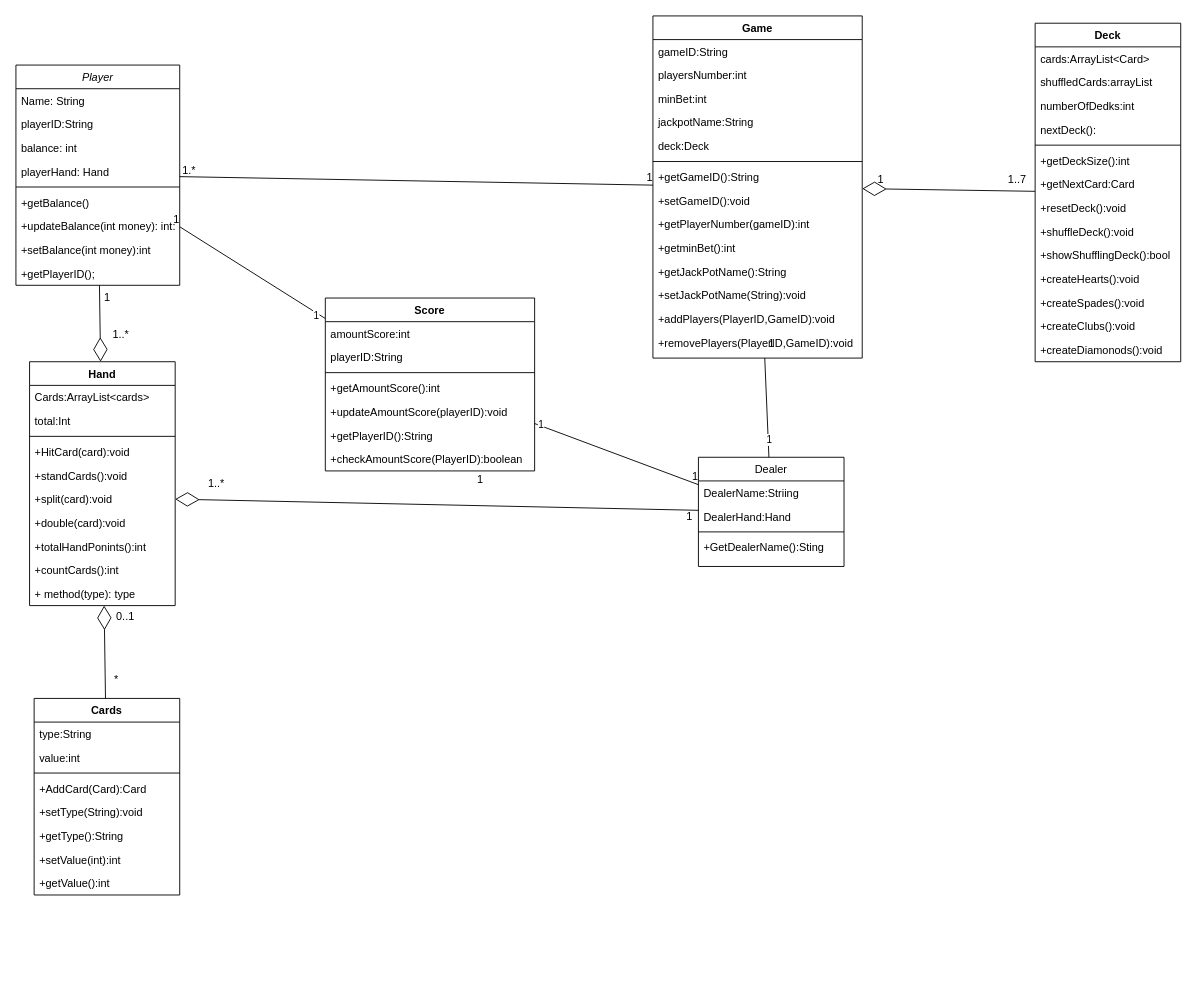
Above: Class_diagram.drawio in Marshood/BlackJack (draw.io), before the change. Source tidied: cells renumbered, new cells numbered last; positions are measured from the earlier drawing's top-left corner, leaving out a move shared by most shapes. Both pictures are drawn from the tidied source at 91%, with x=0, y=0 at pixel (15, 15).
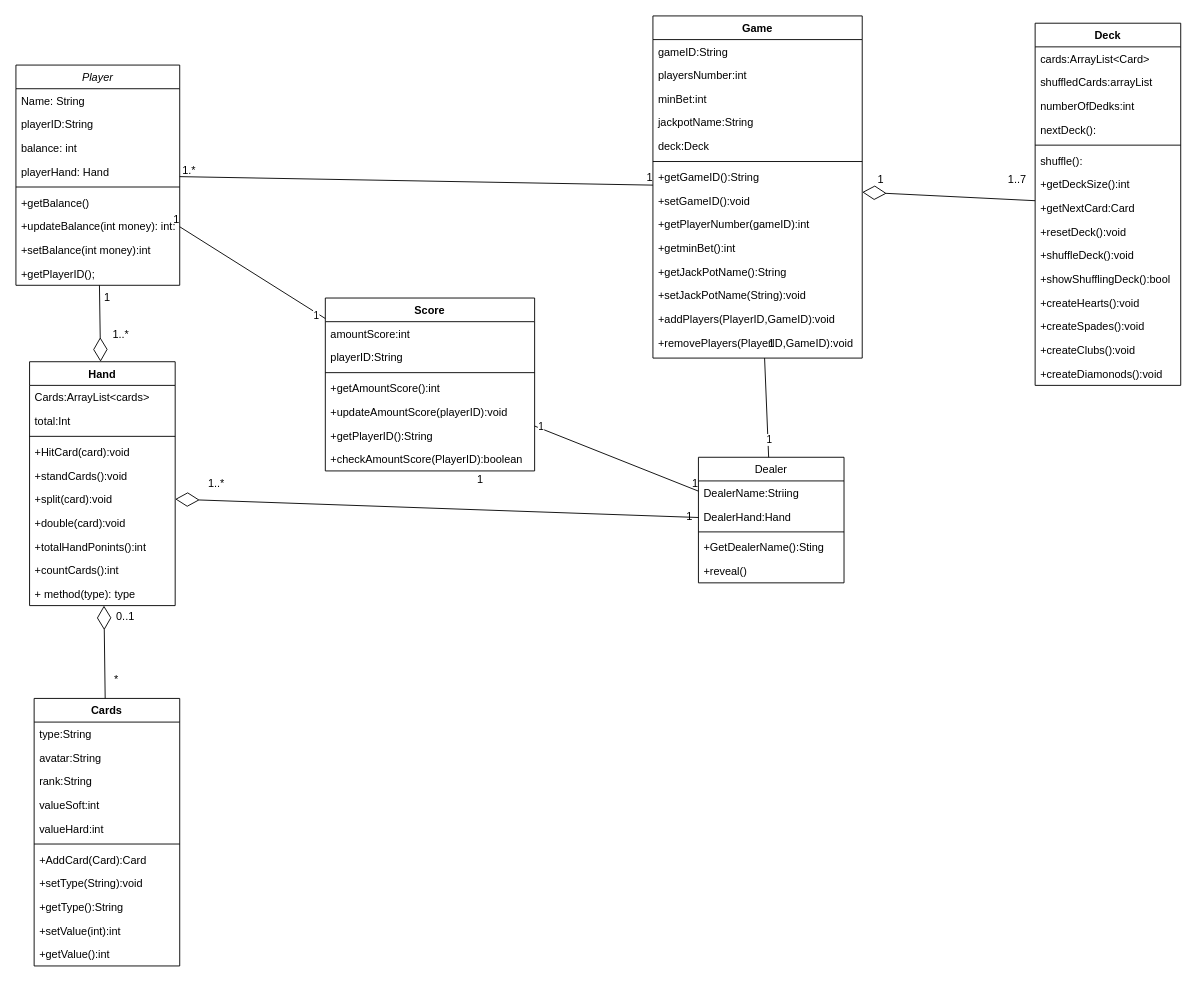
The same diagram, later.

What changed in the source:
```diff
@@
     <mxCell id="12" value="Dealer" style="swimlane;fontStyle=0;align=center;verticalAlign=top;horizontal=1;startSize=26;rounded=0;shadow=0;strokeWidth=1;" parent="1" vertex="1">
-      <mxGeometry x="750" y="485" width="160" height="120" as="geometry" />
+      <mxGeometry x="750" y="485" width="160" height="138" as="geometry" />
     </mxCell>
@@
+    <mxCell id="100" value="+reveal()" style="text;align=left;verticalAlign=top;spacingLeft=4;spacingRight=4;overflow=hidden;" parent="12" vertex="1">
+      <mxGeometry y="112" width="160" height="26" as="geometry" />
+    </mxCell>
@@
     <mxCell id="28" value="Cards" style="swimlane;fontStyle=1;align=center;verticalAlign=top;horizontal=1;startSize=26;" parent="1" vertex="1">
-      <mxGeometry x="20" y="750" width="160" height="216" as="geometry" />
+      <mxGeometry x="20" y="750" width="160" height="294" as="geometry" />
     </mxCell>
@@
+    <mxCell id="101" value="avatar:String" style="text;strokeColor=none;fillColor=none;align=left;verticalAlign=top;spacingLeft=4;spacingRight=4;overflow=hidden;" parent="28" vertex="1">
+      <mxGeometry y="52" width="160" height="26" as="geometry" />
+    </mxCell>
+    <mxCell id="102" value="rank:String" style="text;strokeColor=none;fillColor=none;align=left;verticalAlign=top;spacingLeft=4;spacingRight=4;overflow=hidden;" parent="28" vertex="1">
+      <mxGeometry y="78" width="160" height="26" as="geometry" />
+    </mxCell>
-    <mxCell id="30" value="value:int" style="text;strokeColor=none;fillColor=none;align=left;verticalAlign=top;spacingLeft=4;spacingRight=4;overflow=hidden;" parent="28" vertex="1">
-      <mxGeometry y="52" width="160" height="26" as="geometry" />
+    <mxCell id="30" value="valueSoft:int" style="text;strokeColor=none;fillColor=none;align=left;verticalAlign=top;spacingLeft=4;spacingRight=4;overflow=hidden;" parent="28" vertex="1">
+      <mxGeometry y="104" width="160" height="26" as="geometry" />
     </mxCell>
+    <mxCell id="103" value="valueHard:int" style="text;strokeColor=none;fillColor=none;align=left;verticalAlign=top;spacingLeft=4;spacingRight=4;overflow=hidden;" parent="28" vertex="1">
+      <mxGeometry y="130" width="160" height="26" as="geometry" />
+    </mxCell>
     <mxCell id="31" style="line;strokeWidth=1;fillColor=none;align=left;verticalAlign=middle;spacingTop=-1;spacingLeft=3;spacingRight=3;labelPosition=right;" parent="28" vertex="1">
-      <mxGeometry y="78" width="160" height="8" as="geometry" />
+      <mxGeometry y="156" width="160" height="8" as="geometry" />
     </mxCell>
     <mxCell id="32" value="+AddCard(Card):Card" style="text;strokeColor=none;fillColor=none;align=left;verticalAlign=top;spacingLeft=4;spacingRight=4;overflow=hidden;" parent="28" vertex="1">
-      <mxGeometry y="86" width="160" height="26" as="geometry" />
+      <mxGeometry y="164" width="160" height="26" as="geometry" />
     </mxCell>
     <mxCell id="33" value="+setType(String):void" style="text;strokeColor=none;fillColor=none;align=left;verticalAlign=top;spacingLeft=4;spacingRight=4;overflow=hidden;" parent="28" vertex="1">
-      <mxGeometry y="112" width="160" height="26" as="geometry" />
+      <mxGeometry y="190" width="160" height="26" as="geometry" />
     </mxCell>
     <mxCell id="34" value="+getType():String" style="text;strokeColor=none;fillColor=none;align=left;verticalAlign=top;spacingLeft=4;spacingRight=4;overflow=hidden;" parent="28" vertex="1">
-      <mxGeometry y="138" width="160" height="26" as="geometry" />
+      <mxGeometry y="216" width="160" height="26" as="geometry" />
     </mxCell>
     <mxCell id="35" value="+setValue(int):int" style="text;strokeColor=none;fillColor=none;align=left;verticalAlign=top;spacingLeft=4;spacingRight=4;overflow=hidden;" parent="28" vertex="1">
-      <mxGeometry y="164" width="160" height="26" as="geometry" />
+      <mxGeometry y="242" width="160" height="26" as="geometry" />
     </mxCell>
     <mxCell id="36" value="+getValue():int" style="text;strokeColor=none;fillColor=none;align=left;verticalAlign=top;spacingLeft=4;spacingRight=4;overflow=hidden;" parent="28" vertex="1">
-      <mxGeometry y="190" width="160" height="26" as="geometry" />
+      <mxGeometry y="268" width="160" height="26" as="geometry" />
     </mxCell>
@@
     <mxCell id="60" value="Deck" style="swimlane;fontStyle=1;align=center;verticalAlign=top;horizontal=1;startSize=26;" parent="1" vertex="1">
-      <mxGeometry x="1120" y="8" width="160" height="372" as="geometry" />
+      <mxGeometry x="1120" y="8" width="160" height="398" as="geometry" />
     </mxCell>
@@
+    <mxCell id="104" value="shuffle():" style="text;strokeColor=none;fillColor=none;align=left;verticalAlign=top;spacingLeft=4;spacingRight=4;overflow=hidden;" parent="60" vertex="1">
+      <mxGeometry y="138" width="160" height="26" as="geometry" />
+    </mxCell>
     <mxCell id="66" value="+getDeckSize():int" style="text;strokeColor=none;fillColor=none;align=left;verticalAlign=top;spacingLeft=4;spacingRight=4;overflow=hidden;" parent="60" vertex="1">
-      <mxGeometry y="138" width="160" height="26" as="geometry" />
+      <mxGeometry y="164" width="160" height="26" as="geometry" />
     </mxCell>
     <mxCell id="67" value="+getNextCard:Card" style="text;strokeColor=none;fillColor=none;align=left;verticalAlign=top;spacingLeft=4;spacingRight=4;overflow=hidden;" parent="60" vertex="1">
-      <mxGeometry y="164" width="160" height="26" as="geometry" />
+      <mxGeometry y="190" width="160" height="26" as="geometry" />
     </mxCell>
     <mxCell id="68" value="+resetDeck():void" style="text;strokeColor=none;fillColor=none;align=left;verticalAlign=top;spacingLeft=4;spacingRight=4;overflow=hidden;" parent="60" vertex="1">
-      <mxGeometry y="190" width="160" height="26" as="geometry" />
+      <mxGeometry y="216" width="160" height="26" as="geometry" />
     </mxCell>
     <mxCell id="69" value="+shuffleDeck():void" style="text;strokeColor=none;fillColor=none;align=left;verticalAlign=top;spacingLeft=4;spacingRight=4;overflow=hidden;" parent="60" vertex="1">
-      <mxGeometry y="216" width="160" height="26" as="geometry" />
+      <mxGeometry y="242" width="160" height="26" as="geometry" />
     </mxCell>
     <mxCell id="70" value="+showShufflingDeck():bool" style="text;strokeColor=none;fillColor=none;align=left;verticalAlign=top;spacingLeft=4;spacingRight=4;overflow=hidden;" parent="60" vertex="1">
-      <mxGeometry y="242" width="160" height="26" as="geometry" />
+      <mxGeometry y="268" width="160" height="26" as="geometry" />
     </mxCell>
     <mxCell id="71" value="+createHearts():void" style="text;strokeColor=none;fillColor=none;align=left;verticalAlign=top;spacingLeft=4;spacingRight=4;overflow=hidden;" parent="60" vertex="1">
-      <mxGeometry y="268" width="160" height="26" as="geometry" />
+      <mxGeometry y="294" width="160" height="26" as="geometry" />
     </mxCell>
     <mxCell id="72" value="+createSpades():void" style="text;strokeColor=none;fillColor=none;align=left;verticalAlign=top;spacingLeft=4;spacingRight=4;overflow=hidden;" parent="60" vertex="1">
-      <mxGeometry y="294" width="160" height="26" as="geometry" />
+      <mxGeometry y="320" width="160" height="26" as="geometry" />
     </mxCell>
     <mxCell id="73" value="+createClubs():void" style="text;strokeColor=none;fillColor=none;align=left;verticalAlign=top;spacingLeft=4;spacingRight=4;overflow=hidden;" parent="60" vertex="1">
-      <mxGeometry y="320" width="160" height="26" as="geometry" />
+      <mxGeometry y="346" width="160" height="26" as="geometry" />
     </mxCell>
     <mxCell id="74" value="+createDiamonods():void" style="text;strokeColor=none;fillColor=none;align=left;verticalAlign=top;spacingLeft=4;spacingRight=4;overflow=hidden;" parent="60" vertex="1">
-      <mxGeometry y="346" width="160" height="26" as="geometry" />
+      <mxGeometry y="372" width="160" height="26" as="geometry" />
     </mxCell>
```
